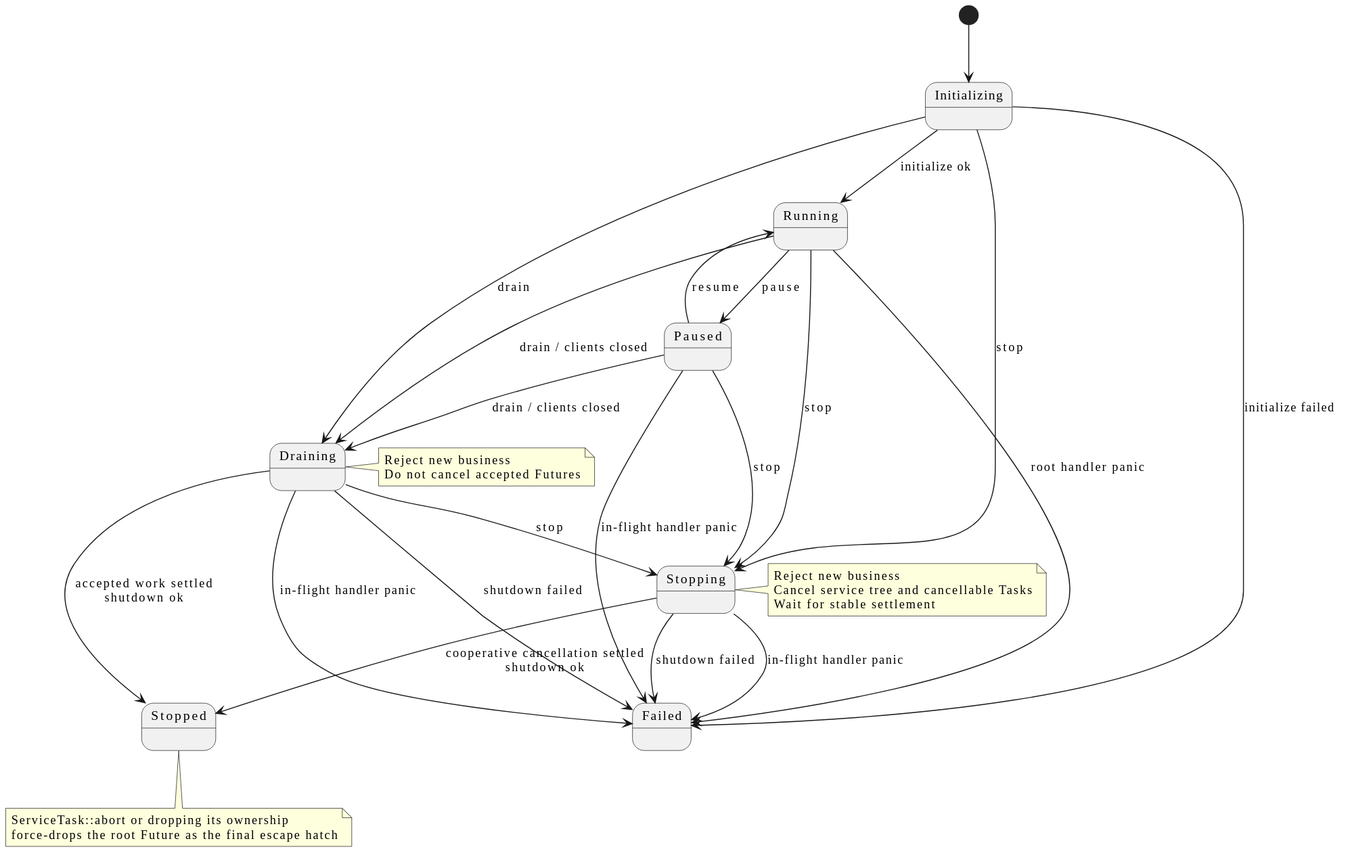
The PlantUML diagram docs/assets/service-lifecycle.svg in limushu/runtime, before a commit.
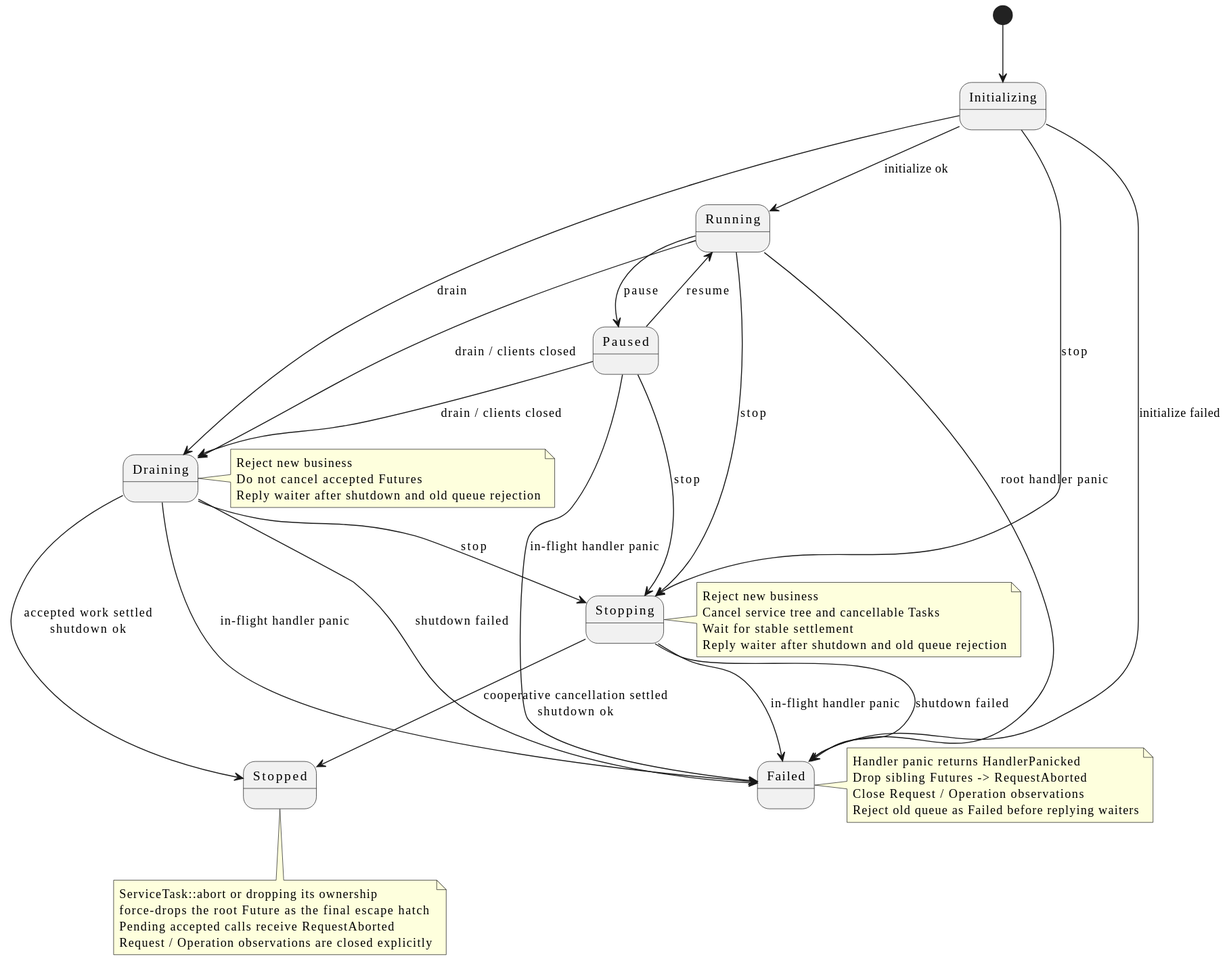
Above is the later version.

What changed in the source:
```diff
@@ -28,16 +28,27 @@
 note right of Draining
   Reject new business
   Do not cancel accepted Futures
+  Reply waiter after shutdown and old queue rejection
 end note
 
 note right of Stopping
   Reject new business
   Cancel service tree and cancellable Tasks
   Wait for stable settlement
+  Reply waiter after shutdown and old queue rejection
+end note
+
+note right of Failed
+  Handler panic returns HandlerPanicked
+  Drop sibling Futures -> RequestAborted
+  Close Request / Operation observations
+  Reject old queue as Failed before replying waiters
 end note
 
 note bottom of Stopped
   ServiceTask::abort or dropping its ownership
   force-drops the root Future as the final escape hatch
+  Pending accepted calls receive RequestAborted
+  Request / Operation observations are closed explicitly
 end note
 @enduml
```
